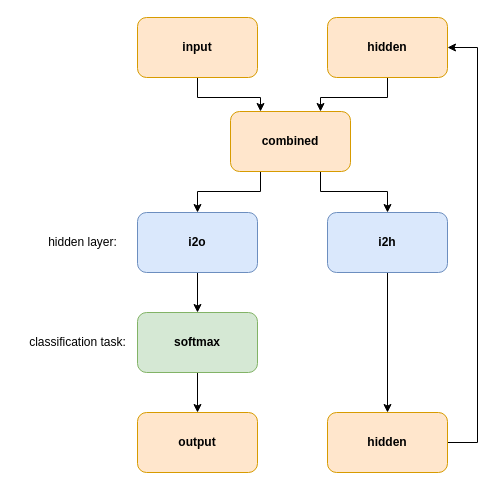
Before: page "name clas. arch" (2 of 3) of RNN/rnns_diagrams.drawio in TamirOffen/nlp, a draw.io diagram. Source tidied: cells renumbered, new cells numbered last; positions are measured from the earlier drawing's top-left corner, leaving out a move shared by most shapes. Both pictures are drawn from the tidied source at 100%, with x=0, y=0 at pixel (17, 17).
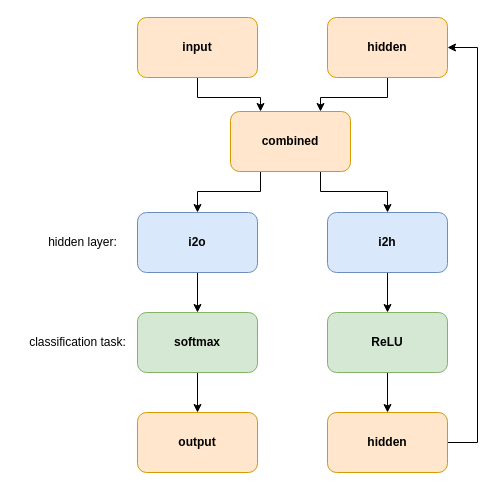
The same page after the edit.

Unchanged cells that the change refers to:
```xml
<mxCell id="12" value="i2h" style="rounded=1;whiteSpace=wrap;html=1;fillColor=#dae8fc;strokeColor=#6c8ebf;fontStyle=1;" parent="1" vertex="1">
  <mxGeometry x="310" y="195" width="120" height="60" as="geometry" />
</mxCell>
<mxCell id="17" value="hidden" style="rounded=1;whiteSpace=wrap;html=1;fillColor=#ffe6cc;strokeColor=#d79b00;fontStyle=1;" parent="1" vertex="1">
  <mxGeometry x="310" y="395" width="120" height="60" as="geometry" />
</mxCell>
```

What changed in the source:
```diff
@@
-    <mxCell id="11" style="edgeStyle=orthogonalEdgeStyle;rounded=0;jettySize=auto;html=1;exitX=0.5;exitY=1;exitDx=0;exitDy=0;entryX=0.5;entryY=0;entryDx=0;entryDy=0;" parent="1" edge="1" source="12" target="17">
-      <mxGeometry relative="1" as="geometry" />
-    </mxCell>
+    <mxCell id="20" style="edgeStyle=orthogonalEdgeStyle;rounded=0;jettySize=auto;html=1;exitX=0.5;exitY=1;exitDx=0;exitDy=0;entryX=0.5;entryY=0;entryDx=0;entryDy=0;" parent="1" edge="1" source="12" target="22">
+      <mxGeometry relative="1" as="geometry" />
+    </mxCell>
@@
+    <mxCell id="21" style="edgeStyle=orthogonalEdgeStyle;rounded=0;jettySize=auto;html=1;exitX=0.5;exitY=1;exitDx=0;exitDy=0;" parent="1" edge="1" source="22" target="17">
+      <mxGeometry relative="1" as="geometry" />
+    </mxCell>
+    <mxCell id="22" value="ReLU" style="rounded=1;whiteSpace=wrap;html=1;fillColor=#d5e8d4;strokeColor=#82b366;fontStyle=1;" parent="1" vertex="1">
+      <mxGeometry x="310" y="295" width="120" height="60" as="geometry" />
+    </mxCell>
```
